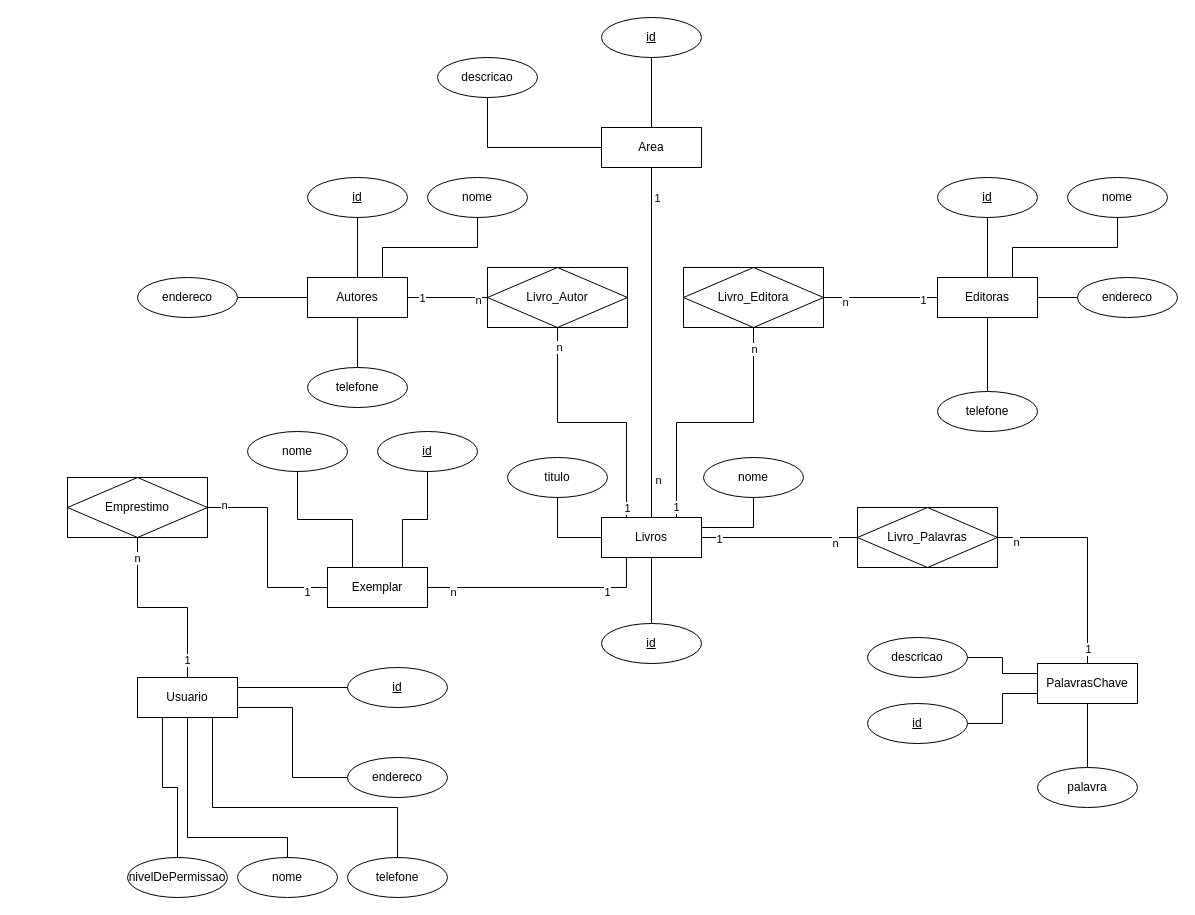
bruniculos08/BAN1002 keeps this draw.io diagram as Diagramas/Diagrama09.drawio. Above is the earlier version. Source tidied: cells renumbered, new cells numbered last; positions are measured from the earlier drawing's top-left corner, leaving out a move shared by most shapes. Both pictures are drawn from the tidied source at 100%, with x=0, y=0 at pixel (67, 17).
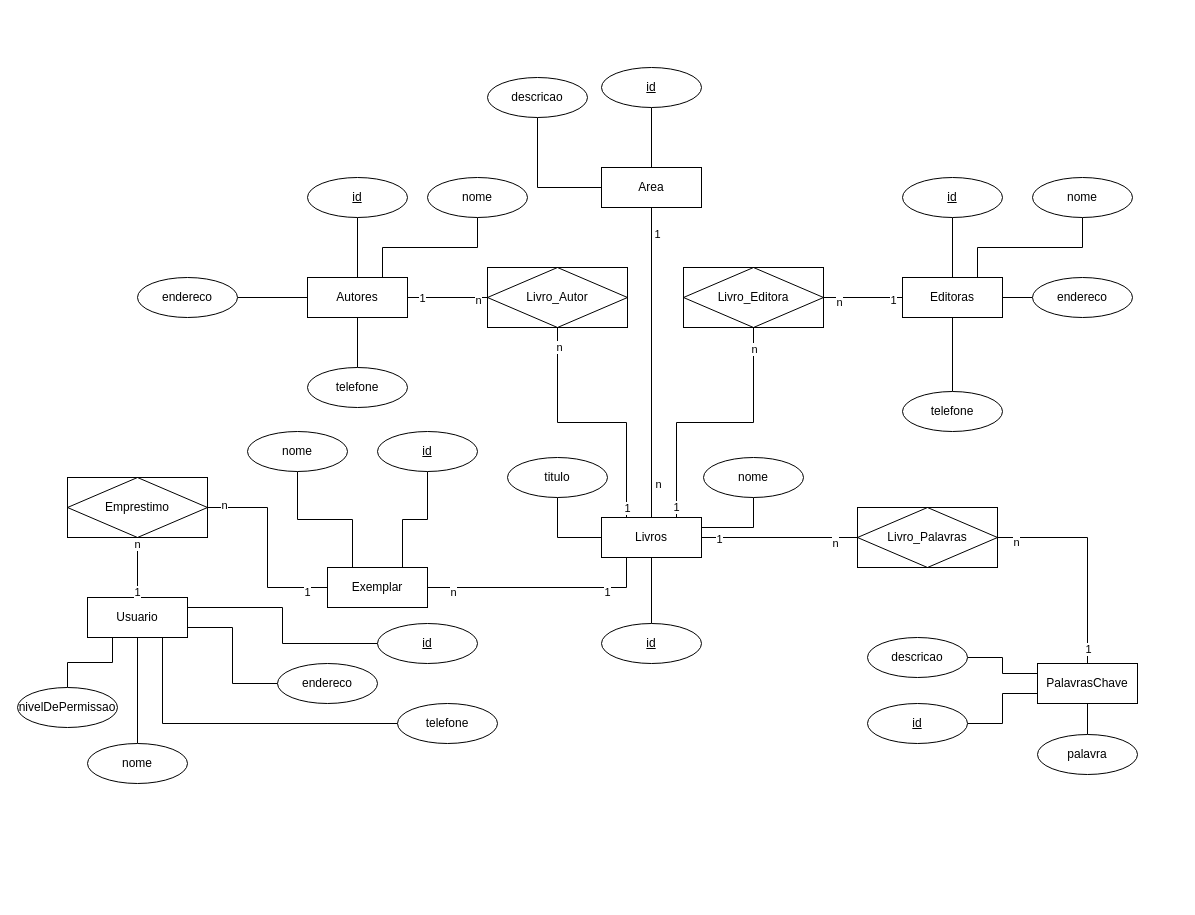
The same page after the edit.

Diff of the diagram source:
```diff
@@
+    <mxCell id="90" style="edgeStyle=orthogonalEdgeStyle;rounded=0;jettySize=auto;html=1;exitX=1;exitY=0.5;exitDx=0;exitDy=0;entryX=0;entryY=0.5;entryDx=0;entryDy=0;startArrow=none;startFill=0;endArrow=none;endFill=0;" parent="1" edge="1" source="17" target="44">
+      <mxGeometry relative="1" as="geometry" />
+    </mxCell>
@@
     <mxCell id="17" value="Editoras" style="whiteSpace=wrap;html=1;align=center;" parent="1" vertex="1">
-      <mxGeometry x="870" y="260" width="100" height="40" as="geometry" />
+      <mxGeometry x="835" y="260" width="100" height="40" as="geometry" />
     </mxCell>
@@
     <mxCell id="22" value="Area" style="whiteSpace=wrap;html=1;align=center;" parent="1" vertex="1">
-      <mxGeometry x="534" y="110" width="100" height="40" as="geometry" />
+      <mxGeometry x="534" y="150" width="100" height="40" as="geometry" />
     </mxCell>
-    <mxCell id="23" style="edgeStyle=orthogonalEdgeStyle;rounded=0;jettySize=auto;html=1;exitX=0.75;exitY=1;exitDx=0;exitDy=0;entryX=0.5;entryY=0;entryDx=0;entryDy=0;startArrow=none;startFill=0;endArrow=none;endFill=0;" parent="1" edge="1" source="26" target="72">
-      <mxGeometry relative="1" as="geometry">
-        <Array as="points">
-          <mxPoint x="145" y="790" />
-          <mxPoint x="330" y="790" />
-        </Array>
-      </mxGeometry>
-    </mxCell>
+    <mxCell id="25" style="edgeStyle=orthogonalEdgeStyle;rounded=0;jettySize=auto;html=1;exitX=0.25;exitY=1;exitDx=0;exitDy=0;entryX=0.5;entryY=0;entryDx=0;entryDy=0;startArrow=none;startFill=0;endArrow=none;endFill=0;" parent="1" edge="1" source="26" target="75">
+      <mxGeometry relative="1" as="geometry" />
+    </mxCell>
     <mxCell id="24" style="edgeStyle=orthogonalEdgeStyle;rounded=0;jettySize=auto;html=1;exitX=0.5;exitY=1;exitDx=0;exitDy=0;entryX=0.5;entryY=0;entryDx=0;entryDy=0;startArrow=none;startFill=0;endArrow=none;endFill=0;" parent="1" edge="1" source="26" target="71">
-      <mxGeometry relative="1" as="geometry">
-        <Array as="points">
-          <mxPoint x="120" y="820" />
-          <mxPoint x="220" y="820" />
-        </Array>
-      </mxGeometry>
+      <mxGeometry relative="1" as="geometry" />
     </mxCell>
-    <mxCell id="25" style="edgeStyle=orthogonalEdgeStyle;rounded=0;jettySize=auto;html=1;exitX=0.25;exitY=1;exitDx=0;exitDy=0;entryX=0.5;entryY=0;entryDx=0;entryDy=0;startArrow=none;startFill=0;endArrow=none;endFill=0;" parent="1" edge="1" source="26" target="75">
-      <mxGeometry relative="1" as="geometry" />
-    </mxCell>
     <mxCell id="26" value="Usuario" style="whiteSpace=wrap;html=1;align=center;" parent="1" vertex="1">
-      <mxGeometry x="70" y="660" width="100" height="40" as="geometry" />
+      <mxGeometry x="20" y="580" width="100" height="40" as="geometry" />
     </mxCell>
@@
-    <mxCell id="41" style="edgeStyle=orthogonalEdgeStyle;rounded=0;jettySize=auto;html=1;exitX=0.5;exitY=1;exitDx=0;exitDy=0;entryX=0.5;entryY=0;entryDx=0;entryDy=0;startArrow=none;startFill=0;endArrow=none;endFill=0;" parent="1" edge="1" source="42" target="17">
+    <mxCell id="41" style="edgeStyle=orthogonalEdgeStyle;rounded=0;jettySize=auto;html=1;exitX=0.5;exitY=1;exitDx=0;exitDy=0;startArrow=none;startFill=0;endArrow=none;endFill=0;" parent="1" edge="1" source="42" target="17">
       <mxGeometry relative="1" as="geometry" />
     </mxCell>
     <mxCell id="42" value="&lt;u&gt;id&lt;/u&gt;" style="ellipse;whiteSpace=wrap;html=1;align=center;" parent="1" vertex="1">
-      <mxGeometry x="870" y="160" width="100" height="40" as="geometry" />
+      <mxGeometry x="835" y="160" width="100" height="40" as="geometry" />
     </mxCell>
-    <mxCell id="43" style="edgeStyle=orthogonalEdgeStyle;rounded=0;jettySize=auto;html=1;exitX=0;exitY=0.5;exitDx=0;exitDy=0;entryX=1;entryY=0.5;entryDx=0;entryDy=0;startArrow=none;startFill=0;endArrow=none;endFill=0;" parent="1" edge="1" source="44" target="17">
-      <mxGeometry relative="1" as="geometry" />
-    </mxCell>
     <mxCell id="44" value="endereco" style="ellipse;whiteSpace=wrap;html=1;align=center;" parent="1" vertex="1">
-      <mxGeometry x="1010" y="260" width="100" height="40" as="geometry" />
+      <mxGeometry x="965" y="260" width="100" height="40" as="geometry" />
     </mxCell>
     <mxCell id="45" value="telefone" style="ellipse;whiteSpace=wrap;html=1;align=center;" parent="1" vertex="1">
-      <mxGeometry x="870" y="374" width="100" height="40" as="geometry" />
+      <mxGeometry x="835" y="374" width="100" height="40" as="geometry" />
     </mxCell>
@@
     <mxCell id="59" value="palavra" style="ellipse;whiteSpace=wrap;html=1;align=center;" parent="1" vertex="1">
-      <mxGeometry x="970" y="750" width="100" height="40" as="geometry" />
+      <mxGeometry x="970" y="717" width="100" height="40" as="geometry" />
     </mxCell>
@@
     <mxCell id="67" value="&lt;u&gt;id&lt;/u&gt;" style="ellipse;whiteSpace=wrap;html=1;align=center;" parent="1" vertex="1">
-      <mxGeometry x="534" width="100" height="40" as="geometry" />
+      <mxGeometry x="534" y="50" width="100" height="40" as="geometry" />
     </mxCell>
     <mxCell id="68" value="descricao" style="ellipse;whiteSpace=wrap;html=1;align=center;" parent="1" vertex="1">
-      <mxGeometry x="370" y="40" width="100" height="40" as="geometry" />
+      <mxGeometry x="420" y="60" width="100" height="40" as="geometry" />
     </mxCell>
@@
     <mxCell id="70" value="&lt;u&gt;id&lt;/u&gt;" style="ellipse;whiteSpace=wrap;html=1;align=center;" parent="1" vertex="1">
-      <mxGeometry x="280" y="650" width="100" height="40" as="geometry" />
+      <mxGeometry x="310" y="606" width="100" height="40" as="geometry" />
     </mxCell>
     <mxCell id="71" value="nome" style="ellipse;whiteSpace=wrap;html=1;align=center;" parent="1" vertex="1">
-      <mxGeometry x="170" y="840" width="100" height="40" as="geometry" />
+      <mxGeometry x="20" y="726" width="100" height="40" as="geometry" />
     </mxCell>
+    <mxCell id="91" style="edgeStyle=orthogonalEdgeStyle;rounded=0;jettySize=auto;html=1;exitX=0;exitY=0.5;exitDx=0;exitDy=0;entryX=0.75;entryY=1;entryDx=0;entryDy=0;startArrow=none;startFill=0;endArrow=none;endFill=0;" parent="1" edge="1" source="72" target="26">
+      <mxGeometry relative="1" as="geometry" />
+    </mxCell>
     <mxCell id="72" value="telefone" style="ellipse;whiteSpace=wrap;html=1;align=center;" parent="1" vertex="1">
-      <mxGeometry x="280" y="840" width="100" height="40" as="geometry" />
+      <mxGeometry x="330" y="686" width="100" height="40" as="geometry" />
     </mxCell>
@@
     <mxCell id="74" value="endereco" style="ellipse;whiteSpace=wrap;html=1;align=center;" parent="1" vertex="1">
-      <mxGeometry x="280" y="740" width="100" height="40" as="geometry" />
+      <mxGeometry x="210" y="646" width="100" height="40" as="geometry" />
     </mxCell>
     <mxCell id="75" value="nivelDePermissao" style="ellipse;whiteSpace=wrap;html=1;align=center;" parent="1" vertex="1">
-      <mxGeometry x="60" y="840" width="100" height="40" as="geometry" />
+      <mxGeometry x="-50" y="670" width="100" height="40" as="geometry" />
     </mxCell>
@@
     <mxCell id="85" value="nome" style="ellipse;whiteSpace=wrap;html=1;align=center;" parent="1" vertex="1">
-      <mxGeometry x="1000" y="160" width="100" height="40" as="geometry" />
+      <mxGeometry x="965" y="160" width="100" height="40" as="geometry" />
     </mxCell>
```
